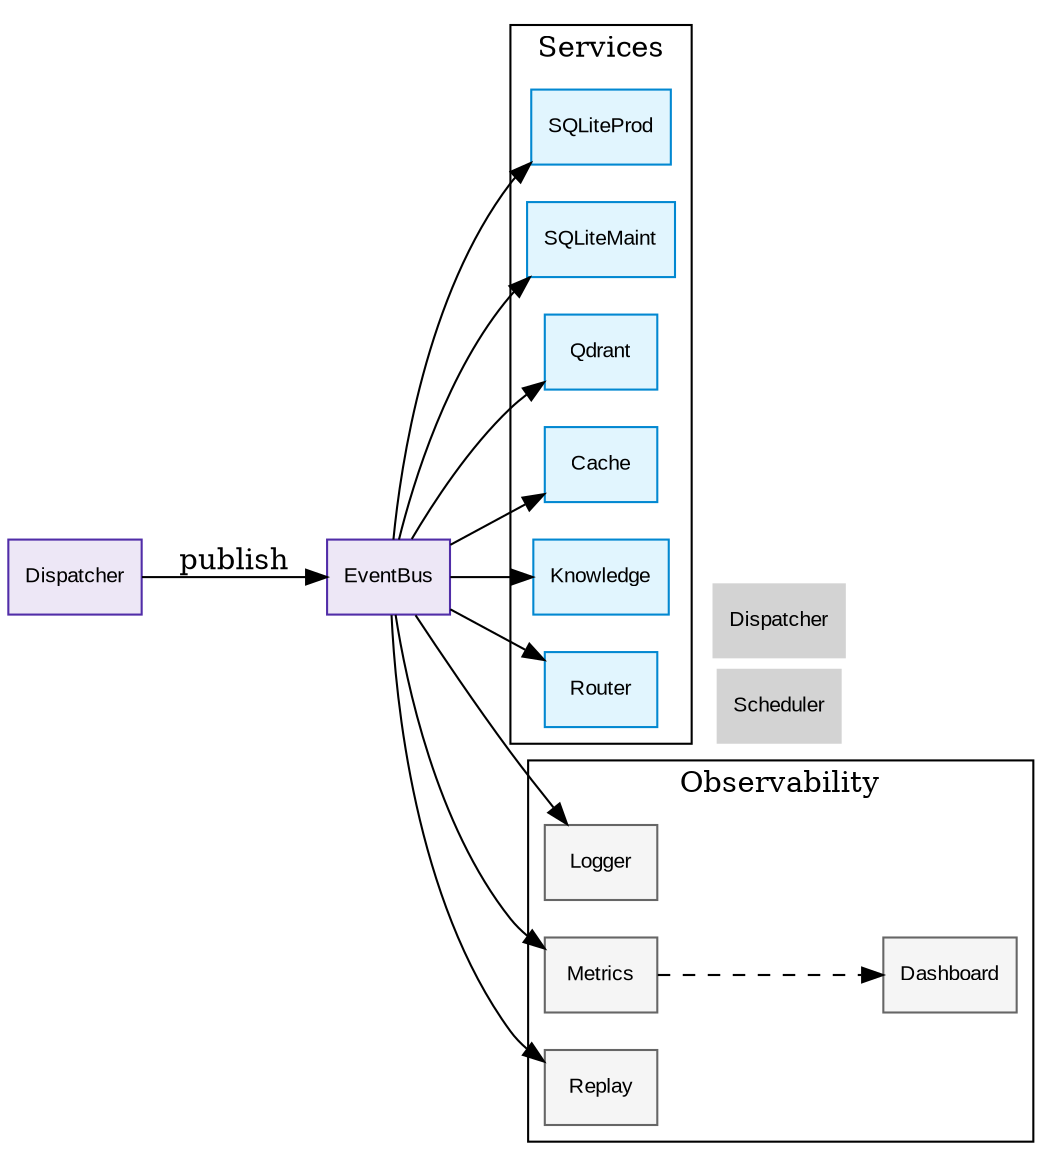
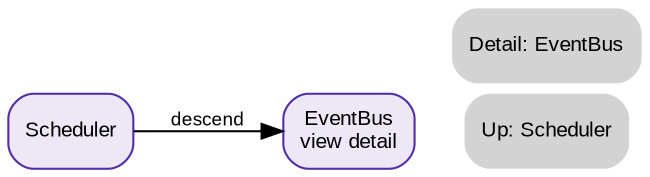
- digraph EventBus {
+ digraph EventBusLegacy {
+     // ROADMAP_ID: scheduler.event_bus.legacy
+     // ROADMAP_NOTE[phase2_4c]:
+     // Ancienne entrée plate conservée comme redirection lisible. Le détail réel
+     // de l'EventBus vit dans scheduler/event_bus/12_event_bus.dot.
+ 
    rankdir=LR;
-     node [shape=box, style=filled, fontname="Arial", fontsize=10];
+     node [shape=box, style="rounded,filled", fontname="Arial", fontsize=10];
+     edge [fontname="Arial", fontsize=9];

-     EventBus [fillcolor="#ede7f6", color="#512da8", URL="../10_scheduler.svg"];
-     Dispatcher [fillcolor="#ede7f6", color="#512da8", URL="../dispatcher/11_dispatcher.svg"];
+     Scheduler [fillcolor="#ede7f6", color="#512da8", URL="10_scheduler.svg"];
+     EventBusDetail [label="EventBus\nview detail", fillcolor="#ede7f6", color="#512da8", URL="event_bus/12_event_bus.svg"];

-     subgraph cluster_services {
-         label="Services";
-         node [fillcolor="#e1f5fe", color="#0288d1"];
-         SQLiteProd [URL="../../services/30_services.svg"];
-         SQLiteMaint[URL="../../services/30_services.svg"];
-         Qdrant  [URL="../../services/30_services.svg"];
-         Cache   [URL="../../services/30_services.svg"];
-         Knowledge[URL="../../services/30_services.svg"];
-         Router  [URL="../../services/30_services.svg"];
-     }
+     Scheduler -> EventBusDetail [label="descend"];

-     subgraph cluster_observability {
-         label="Observability";
-         node [fillcolor="#f5f5f5", color="#666666"];
-         Logger [URL="../../observability/70_observability.svg"];
-         Metrics [URL="../../observability/70_observability.svg"];
-         Replay [URL="../../observability/70_observability.svg"];
-         Dashboard [URL="../../observability/70_observability.svg"];
-     }
+     Nav_Scheduler [label="Up: Scheduler", shape=plaintext, URL="10_scheduler.svg"];
+     Nav_Detail [label="Detail: EventBus", shape=plaintext, URL="event_bus/12_event_bus.svg"];

-     // Edges
-     Dispatcher -> EventBus [label="publish"]; // Dispatcher publie
- 
-     EventBus -> SQLiteProd;   // Distribution
-     EventBus -> SQLiteMaint;
-     EventBus -> Qdrant;
-     EventBus -> Cache;
-     EventBus -> Knowledge;
-     EventBus -> Router;
-     EventBus -> Logger;
-     EventBus -> Metrics;
-     EventBus -> Replay;
- 
-     Metrics -> Dashboard [style=dashed]; // Métriques → Dashboard
- 
-     // Navigation
-     Nav_Scheduler [label="Scheduler", shape=plaintext, URL="../10_scheduler.svg"];
-     Nav_Dispatcher [label="Dispatcher", shape=plaintext, URL="../dispatcher/11_dispatcher.svg"];
-     { rank=sink; Nav_Scheduler; Nav_Dispatcher; }
+     { rank=sink; Nav_Scheduler; Nav_Detail; }
}
